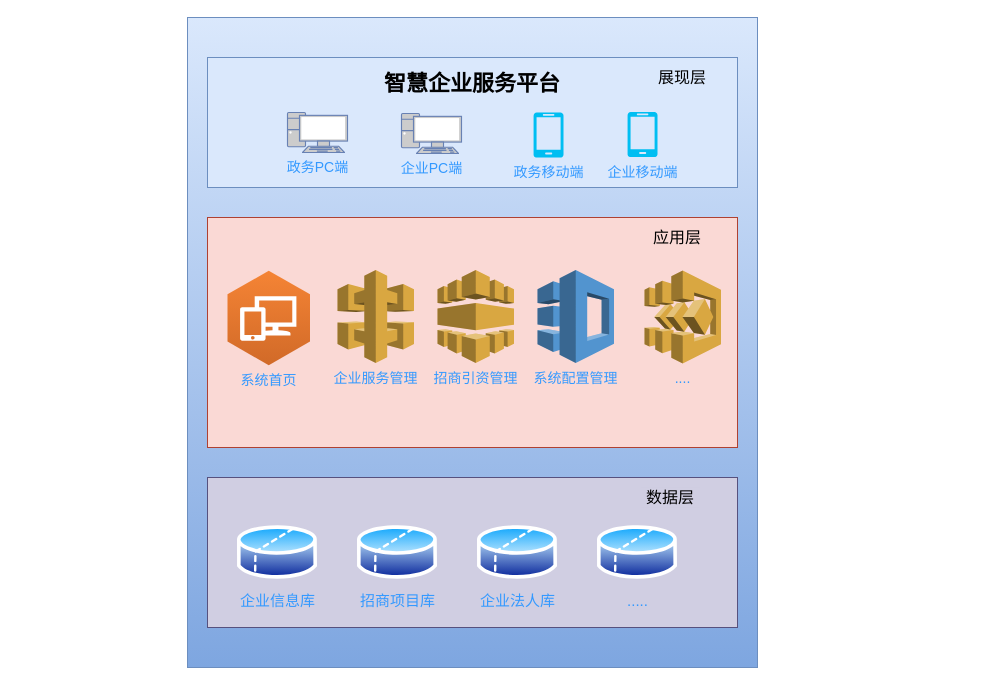
Earlier version of the draw.io diagram framework2.drawio (cjaack2/Images_Repository). Source tidied: cells renumbered, new cells numbered last; positions are measured from the earlier drawing's top-left corner, leaving out a move shared by most shapes. Both pictures are drawn from the tidied source at 100%, with x=0, y=0 at pixel (187, 17).
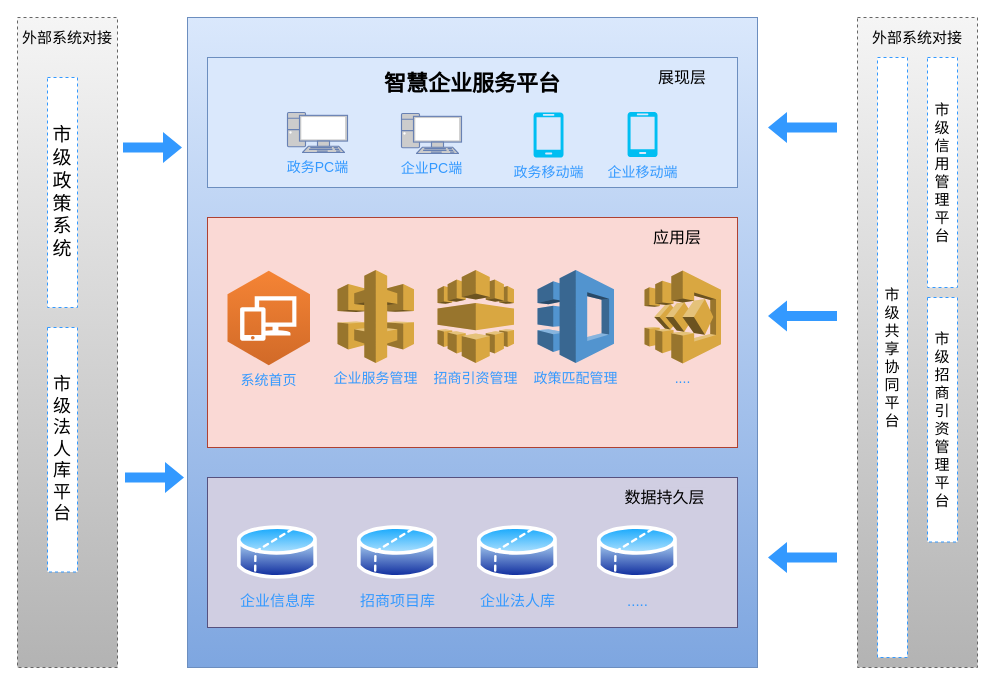
Above is the later version.

The edit, as a diff of the source:
```diff
@@
-    <mxCell id="14" value="&lt;font style=&quot;font-size: 16px&quot;&gt;数据层&lt;br&gt;&lt;/font&gt;" style="text;html=1;fillColor=#d0cee2;align=center;verticalAlign=middle;whiteSpace=wrap;rounded=0;dashed=1;" parent="1" vertex="1">
-      <mxGeometry x="453" y="470" width="60" height="20" as="geometry" />
+    <mxCell id="14" value="&lt;font style=&quot;font-size: 16px&quot;&gt;数据持久层&lt;br&gt;&lt;/font&gt;" style="text;html=1;fillColor=#d0cee2;align=center;verticalAlign=middle;whiteSpace=wrap;rounded=0;dashed=1;" parent="1" vertex="1">
+      <mxGeometry x="436" y="470" width="83" height="20" as="geometry" />
     </mxCell>
@@
-    <mxCell id="21" value="&lt;font color=&quot;#3399ff&quot; style=&quot;font-size: 14px&quot;&gt;系统配置管理&lt;/font&gt;" style="dashed=0;verticalLabelPosition=bottom;verticalAlign=top;align=center;html=1;shape=mxgraph.aws3.application_discovery_service;fillColor=#5294CF;gradientColor=none;labelBackgroundColor=none;" parent="1" vertex="1">
+    <mxCell id="21" value="&lt;font color=&quot;#3399ff&quot; style=&quot;font-size: 14px&quot;&gt;政策匹配管理&lt;/font&gt;" style="dashed=0;verticalLabelPosition=bottom;verticalAlign=top;align=center;html=1;shape=mxgraph.aws3.application_discovery_service;fillColor=#5294CF;gradientColor=none;labelBackgroundColor=none;" parent="1" vertex="1">
       <mxGeometry x="350" y="252.5" width="76.5" height="93" as="geometry" />
     </mxCell>
@@
+    <mxCell id="24" style="rounded=0;whiteSpace=wrap;html=1;dashed=1;labelBackgroundColor=none;strokeColor=#666666;gradientColor=#b3b3b3;fillColor=#f5f5f5;" parent="1" vertex="1">
+      <mxGeometry x="670" width="120" height="650" as="geometry" />
+    </mxCell>
+    <mxCell id="25" value="&lt;font style=&quot;font-size: 15px&quot;&gt;外部系统对接&lt;/font&gt;" style="text;html=1;strokeColor=none;fillColor=none;align=center;verticalAlign=middle;whiteSpace=wrap;rounded=0;dashed=1;labelBackgroundColor=none;" parent="1" vertex="1">
+      <mxGeometry x="680" y="10" width="100" height="20" as="geometry" />
+    </mxCell>
+    <mxCell id="26" value="&lt;font style=&quot;font-size: 15px&quot;&gt;市级共享协同平台&lt;/font&gt;" style="rounded=0;whiteSpace=wrap;html=1;dashed=1;labelBackgroundColor=none;strokeColor=#3399FF;" parent="1" vertex="1">
+      <mxGeometry x="690" y="40" width="30" height="600" as="geometry" />
+    </mxCell>
+    <mxCell id="27" value="&lt;font style=&quot;font-size: 15px&quot;&gt;市级信用管理平台&lt;/font&gt;" style="rounded=0;whiteSpace=wrap;html=1;dashed=1;labelBackgroundColor=none;strokeColor=#3399FF;" parent="1" vertex="1">
+      <mxGeometry x="740" y="40" width="30" height="230" as="geometry" />
+    </mxCell>
+    <mxCell id="28" value="&lt;font style=&quot;font-size: 15px&quot;&gt;市级招商引资管理平台&lt;/font&gt;" style="rounded=0;whiteSpace=wrap;html=1;dashed=1;labelBackgroundColor=none;strokeColor=#3399FF;" parent="1" vertex="1">
+      <mxGeometry x="740" y="280" width="30" height="244.5" as="geometry" />
+    </mxCell>
+    <mxCell id="29" style="rounded=0;whiteSpace=wrap;html=1;dashed=1;labelBackgroundColor=none;strokeColor=#666666;gradientColor=#b3b3b3;fillColor=#f5f5f5;" parent="1" vertex="1">
+      <mxGeometry x="-170" width="100" height="650" as="geometry" />
+    </mxCell>
+    <mxCell id="30" value="&lt;font style=&quot;font-size: 15px&quot;&gt;外部系统对接&lt;/font&gt;" style="text;html=1;strokeColor=none;fillColor=none;align=center;verticalAlign=middle;whiteSpace=wrap;rounded=0;dashed=1;labelBackgroundColor=none;" parent="1" vertex="1">
+      <mxGeometry x="-170" y="10" width="100" height="20" as="geometry" />
+    </mxCell>
+    <mxCell id="31" value="&lt;font style=&quot;font-size: 19px&quot;&gt;市级政策系统&lt;/font&gt;" style="rounded=0;whiteSpace=wrap;html=1;dashed=1;labelBackgroundColor=none;strokeColor=#3399FF;" parent="1" vertex="1">
+      <mxGeometry x="-140" y="60" width="30" height="230" as="geometry" />
+    </mxCell>
+    <mxCell id="32" value="&lt;font style=&quot;font-size: 18px&quot;&gt;市级法人库平台&lt;/font&gt;" style="rounded=0;whiteSpace=wrap;html=1;dashed=1;labelBackgroundColor=none;strokeColor=#3399FF;" parent="1" vertex="1">
+      <mxGeometry x="-140" y="310" width="30" height="244.5" as="geometry" />
+    </mxCell>
+    <mxCell id="33" style="shape=flexArrow;endArrow=classic;html=1;fillColor=#3399FF;strokeColor=none;" parent="1" edge="1">
+      <mxGeometry relative="1" as="geometry">
+        <mxPoint x="-65" y="130" as="sourcePoint" />
+        <mxPoint x="-5" y="130" as="targetPoint" />
+      </mxGeometry>
+    </mxCell>
+    <mxCell id="34" style="shape=flexArrow;endArrow=classic;html=1;fillColor=#3399FF;strokeColor=none;" parent="1" edge="1">
+      <mxGeometry relative="1" as="geometry">
+        <mxPoint x="-63" y="460" as="sourcePoint" />
+        <mxPoint x="-3" y="460" as="targetPoint" />
+      </mxGeometry>
+    </mxCell>
+    <mxCell id="35" style="shape=flexArrow;endArrow=classic;html=1;fillColor=#3399FF;strokeColor=none;" parent="1" edge="1">
+      <mxGeometry relative="1" as="geometry">
+        <mxPoint x="650" y="110" as="sourcePoint" />
+        <mxPoint x="580" y="110" as="targetPoint" />
+      </mxGeometry>
+    </mxCell>
+    <mxCell id="36" style="shape=flexArrow;endArrow=classic;html=1;fillColor=#3399FF;strokeColor=none;" parent="1" edge="1">
+      <mxGeometry relative="1" as="geometry">
+        <mxPoint x="650" y="298.5" as="sourcePoint" />
+        <mxPoint x="580" y="298.5" as="targetPoint" />
+      </mxGeometry>
+    </mxCell>
+    <mxCell id="37" style="shape=flexArrow;endArrow=classic;html=1;fillColor=#3399FF;strokeColor=none;" parent="1" edge="1">
+      <mxGeometry relative="1" as="geometry">
+        <mxPoint x="650" y="540" as="sourcePoint" />
+        <mxPoint x="580" y="540" as="targetPoint" />
+      </mxGeometry>
+    </mxCell>
```
